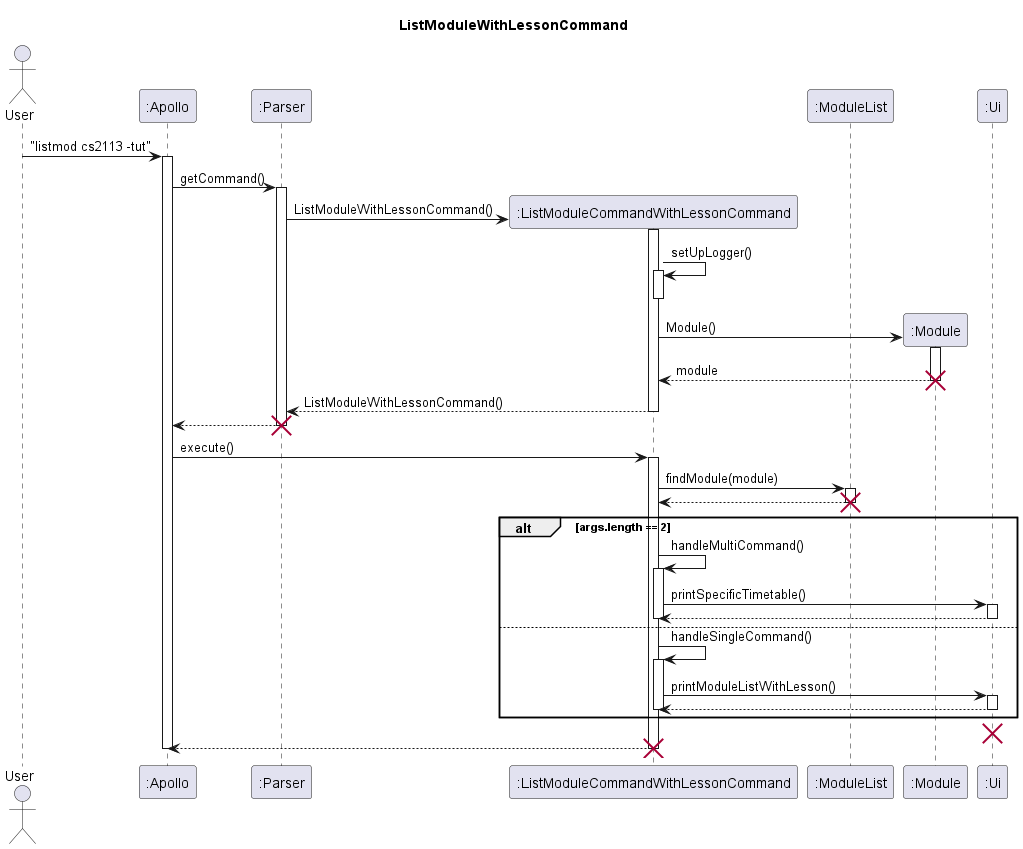
The PlantUML diagram docs/uml-diagrams/ListModuleWithLessonCommand-ListModuleWithLessonCommand.png in nus-cs2113-AY2223S2/tp, before a commit.
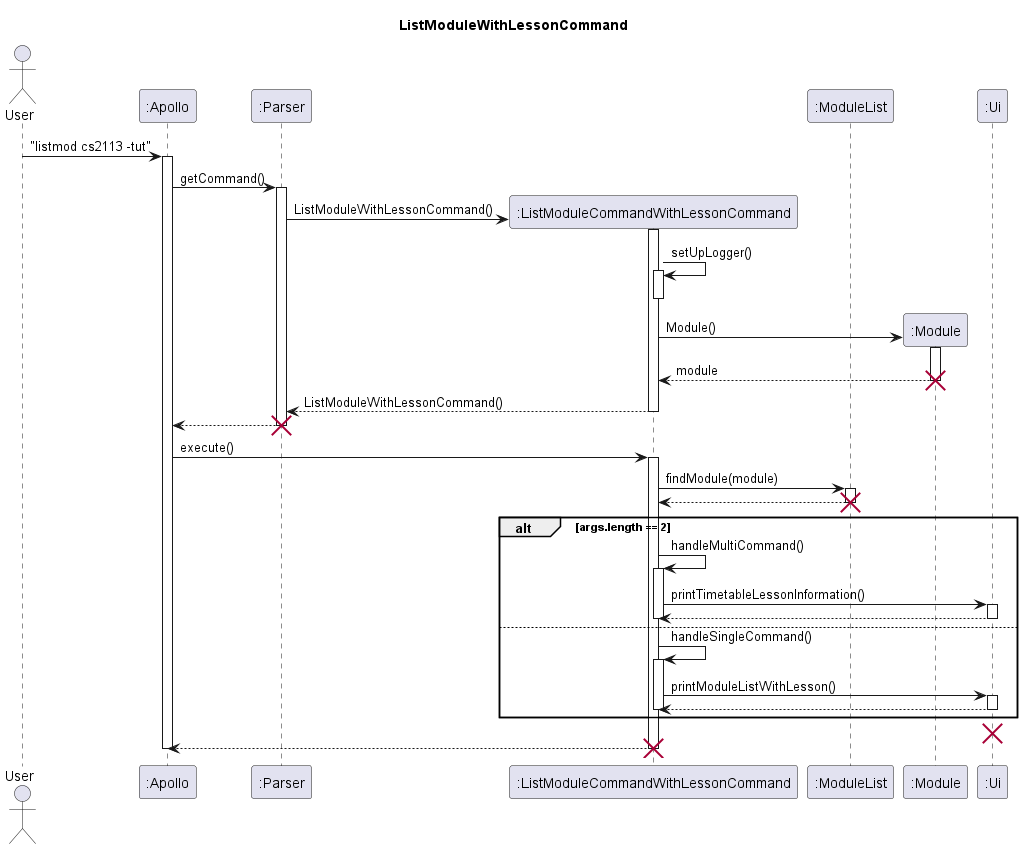
Later version of the same file.

Commit message:
Update Sequence Diagram

The edit, as a diff of the source:
```diff
@@ -52,7 +52,7 @@
 alt args.length == 2
 ListMod -> ListMod : handleMultiCommand()
 activate ListMod
-ListMod -> Ui : printSpecificTimetable()
+ListMod -> Ui : printTimetableLessonInformation()
 
 activate Ui
 Ui --> ListMod
```
